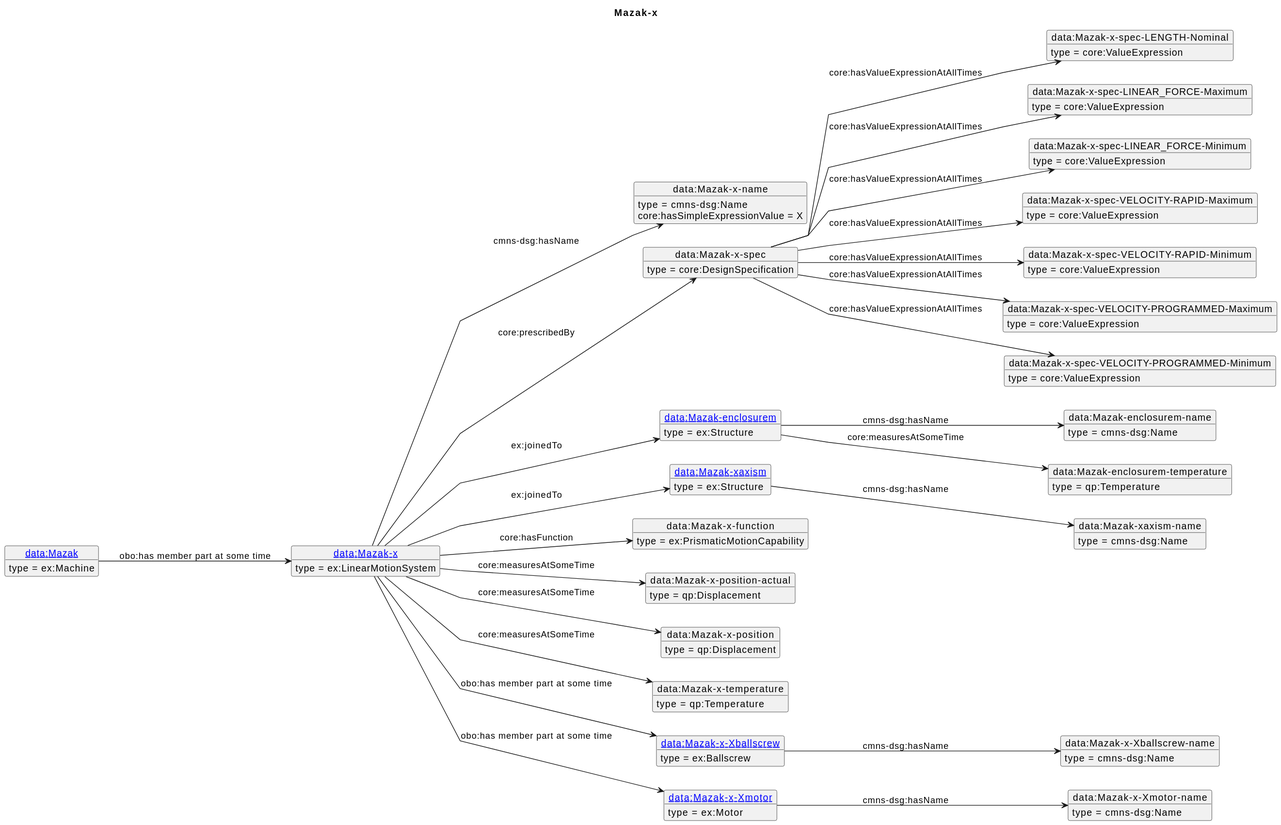
Above: diagrams/Mazak-x.svg in iofoundry/example-syseng-mtconnect (PlantUML), before the change.
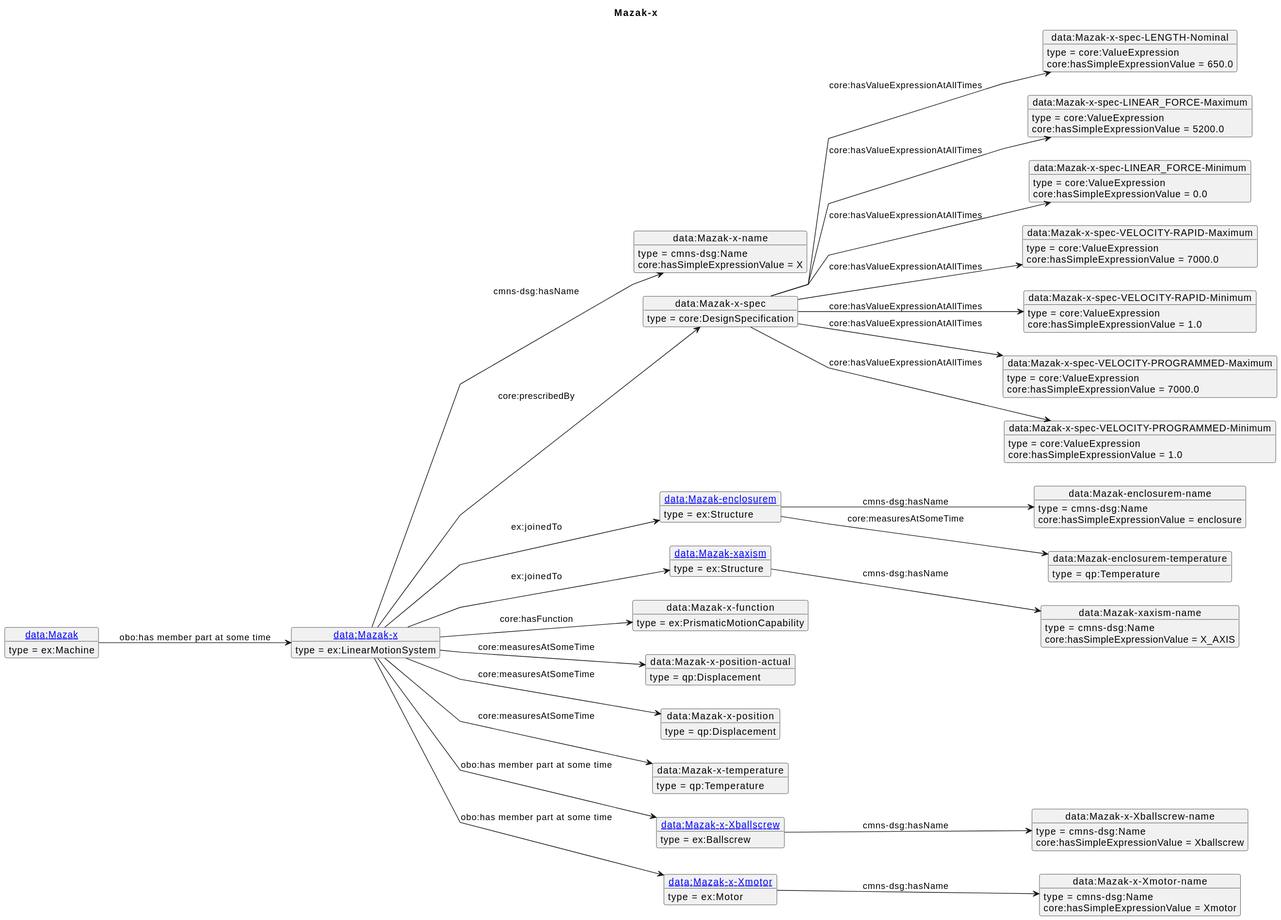
The same diagram one commit later.

Diff of the diagram source:
```diff
@@ -78,24 +78,35 @@
 o2 : core:hasSimpleExpressionValue = X
 o1 --> o3 : core:prescribedBy
 o3 --> o4 : core:hasValueExpressionAtAllTimes
+o4 : core:hasSimpleExpressionValue = 650.0
 o3 --> o5 : core:hasValueExpressionAtAllTimes
+o5 : core:hasSimpleExpressionValue = 5200.0
 o3 --> o6 : core:hasValueExpressionAtAllTimes
+o6 : core:hasSimpleExpressionValue = 0.0
 o3 --> o7 : core:hasValueExpressionAtAllTimes
+o7 : core:hasSimpleExpressionValue = 7000.0
 o3 --> o8 : core:hasValueExpressionAtAllTimes
+o8 : core:hasSimpleExpressionValue = 1.0
 o3 --> o9 : core:hasValueExpressionAtAllTimes
+o9 : core:hasSimpleExpressionValue = 7000.0
 o3 --> o10 : core:hasValueExpressionAtAllTimes
+o10 : core:hasSimpleExpressionValue = 1.0
 o1 --> o11 : ex:joinedTo
 o11 --> o12 : cmns-dsg:hasName
+o12 : core:hasSimpleExpressionValue = enclosure
 o11 --> o13 : core:measuresAtSomeTime
 o1 --> o14 : ex:joinedTo
 o14 --> o15 : cmns-dsg:hasName
+o15 : core:hasSimpleExpressionValue = X_AXIS
 o1 --> o16 : core:hasFunction
 o1 --> o17 : core:measuresAtSomeTime
 o1 --> o18 : core:measuresAtSomeTime
 o1 --> o19 : core:measuresAtSomeTime
 o1 --> o20 : obo:has member part at some time
 o20 --> o21 : cmns-dsg:hasName
+o21 : core:hasSimpleExpressionValue = Xballscrew
 o1 --> o22 : obo:has member part at some time
 o22 --> o23 : cmns-dsg:hasName
+o23 : core:hasSimpleExpressionValue = Xmotor
 o24 --> o1 : obo:has member part at some time
 @enduml
```
